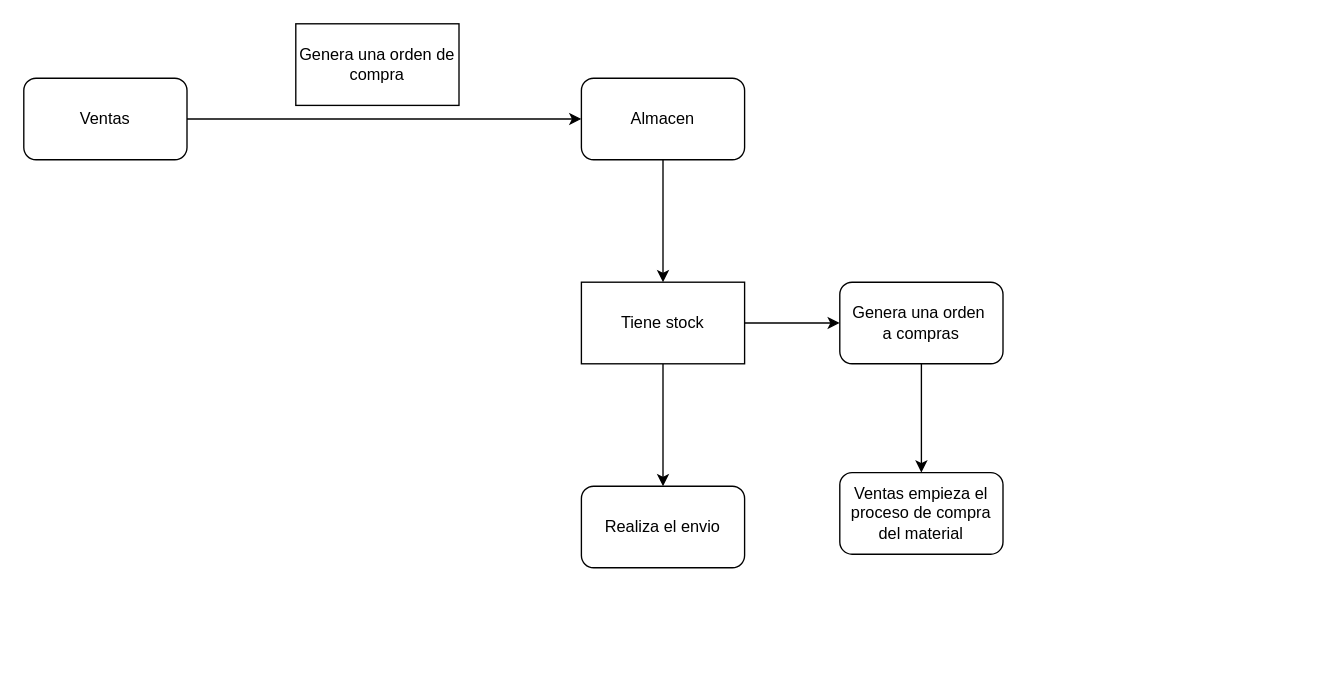
The draw.io diagram cosas.drawio in YerimMoral3s/lib_test, before the edit. Source tidied: cells renumbered, new cells numbered last; positions are measured from the earlier drawing's top-left corner, leaving out a move shared by most shapes. Both pictures are drawn from the tidied source at 136%, with x=0, y=0 at pixel (23, 23).
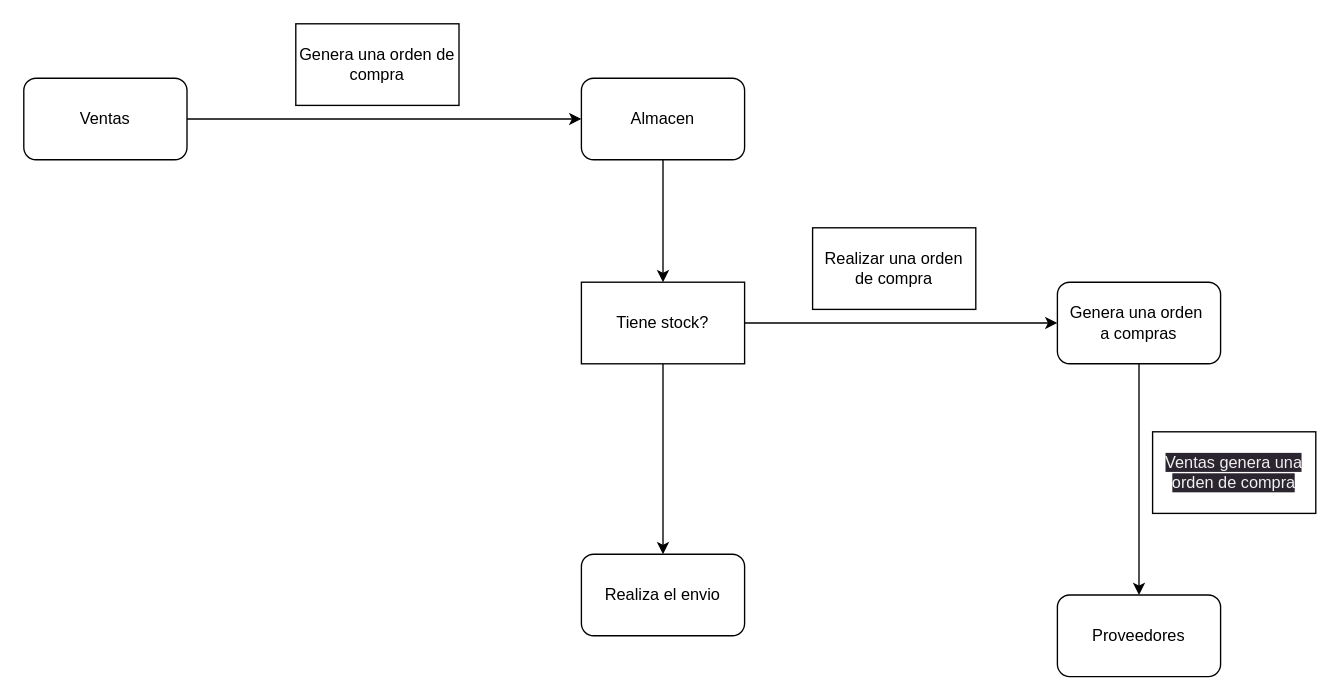
The same diagram, later.

What changed in the source:
```diff
@@
 <mxGraphModel>
   <root>
     <mxCell id="0" />
     <mxCell id="1" parent="0" />
     <mxCell id="2" style="edgeStyle=orthogonalEdgeStyle;rounded=0;jettySize=auto;html=1;" parent="1" edge="1" source="3" target="5">
       <mxGeometry relative="1" as="geometry" />
     </mxCell>
     <mxCell id="3" value="Ventas" style="rounded=1;whiteSpace=wrap;html=1;" parent="1" vertex="1">
       <mxGeometry y="40" width="120" height="60" as="geometry" />
     </mxCell>
     <mxCell id="4" style="edgeStyle=orthogonalEdgeStyle;rounded=0;jettySize=auto;html=1;" parent="1" edge="1" source="5" target="9">
       <mxGeometry relative="1" as="geometry" />
     </mxCell>
     <mxCell id="5" value="Almacen" style="rounded=1;whiteSpace=wrap;html=1;" parent="1" vertex="1">
       <mxGeometry x="410" y="40" width="120" height="60" as="geometry" />
     </mxCell>
     <mxCell id="6" value="Genera una orden de compra" style="whiteSpace=wrap;html=1;" parent="1" vertex="1">
       <mxGeometry x="200" width="120" height="60" as="geometry" />
     </mxCell>
     <mxCell id="7" style="edgeStyle=orthogonalEdgeStyle;rounded=0;jettySize=auto;html=1;" parent="1" edge="1" source="9" target="10">
       <mxGeometry relative="1" as="geometry" />
     </mxCell>
     <mxCell id="8" style="edgeStyle=orthogonalEdgeStyle;rounded=0;jettySize=auto;html=1;" parent="1" edge="1" source="9" target="12">
       <mxGeometry relative="1" as="geometry" />
     </mxCell>
-    <mxCell id="9" value="Tiene stock" style="whiteSpace=wrap;html=1;" parent="1" vertex="1">
+    <mxCell id="9" value="Tiene stock?" style="whiteSpace=wrap;html=1;" parent="1" vertex="1">
       <mxGeometry x="410" y="190" width="120" height="60" as="geometry" />
     </mxCell>
     <mxCell id="10" value="Realiza el envio" style="rounded=1;whiteSpace=wrap;html=1;" parent="1" vertex="1">
-      <mxGeometry x="410" y="340" width="120" height="60" as="geometry" />
+      <mxGeometry x="410" y="390" width="120" height="60" as="geometry" />
     </mxCell>
-    <mxCell id="11" style="edgeStyle=orthogonalEdgeStyle;rounded=0;jettySize=auto;html=1;" parent="1" edge="1" source="12" target="13">
-      <mxGeometry relative="1" as="geometry" />
-    </mxCell>
+    <mxCell id="14" style="edgeStyle=orthogonalEdgeStyle;rounded=0;jettySize=auto;html=1;" parent="1" edge="1" source="12" target="17">
+      <mxGeometry relative="1" as="geometry" />
+    </mxCell>
     <mxCell id="12" value="Genera una orden&amp;nbsp;&lt;br&gt;a compras" style="rounded=1;whiteSpace=wrap;html=1;" parent="1" vertex="1">
-      <mxGeometry x="600" y="190" width="120" height="60" as="geometry" />
+      <mxGeometry x="760" y="190" width="120" height="60" as="geometry" />
     </mxCell>
-    <mxCell id="13" value="Ventas empieza el&lt;br&gt;proceso de compra del material" style="whiteSpace=wrap;html=1;rounded=1;" parent="1" vertex="1">
-      <mxGeometry x="600" y="330" width="120" height="60" as="geometry" />
-    </mxCell>
+    <mxCell id="15" value="Realizar una orden de compra" style="whiteSpace=wrap;html=1;" parent="1" vertex="1">
+      <mxGeometry x="580" y="150" width="120" height="60" as="geometry" />
+    </mxCell>
+    <mxCell id="16" value="&lt;span style=&quot;color: rgb(240, 240, 240); font-family: Helvetica; font-size: 12px; font-style: normal; font-variant-ligatures: normal; font-variant-caps: normal; font-weight: 400; letter-spacing: normal; orphans: 2; text-align: center; text-indent: 0px; text-transform: none; widows: 2; word-spacing: 0px; -webkit-text-stroke-width: 0px; background-color: rgb(42, 37, 47); text-decoration-thickness: initial; text-decoration-style: initial; text-decoration-color: initial; float: none; display: inline !important;&quot;&gt;Ventas genera una orden de compra&lt;/span&gt;" style="rounded=0;whiteSpace=wrap;html=1;" parent="1" vertex="1">
+      <mxGeometry x="830" y="300" width="120" height="60" as="geometry" />
+    </mxCell>
+    <mxCell id="17" value="Proveedores" style="whiteSpace=wrap;html=1;rounded=1;" parent="1" vertex="1">
+      <mxGeometry x="760" y="420" width="120" height="60" as="geometry" />
+    </mxCell>
   </root>
 </mxGraphModel>
```
